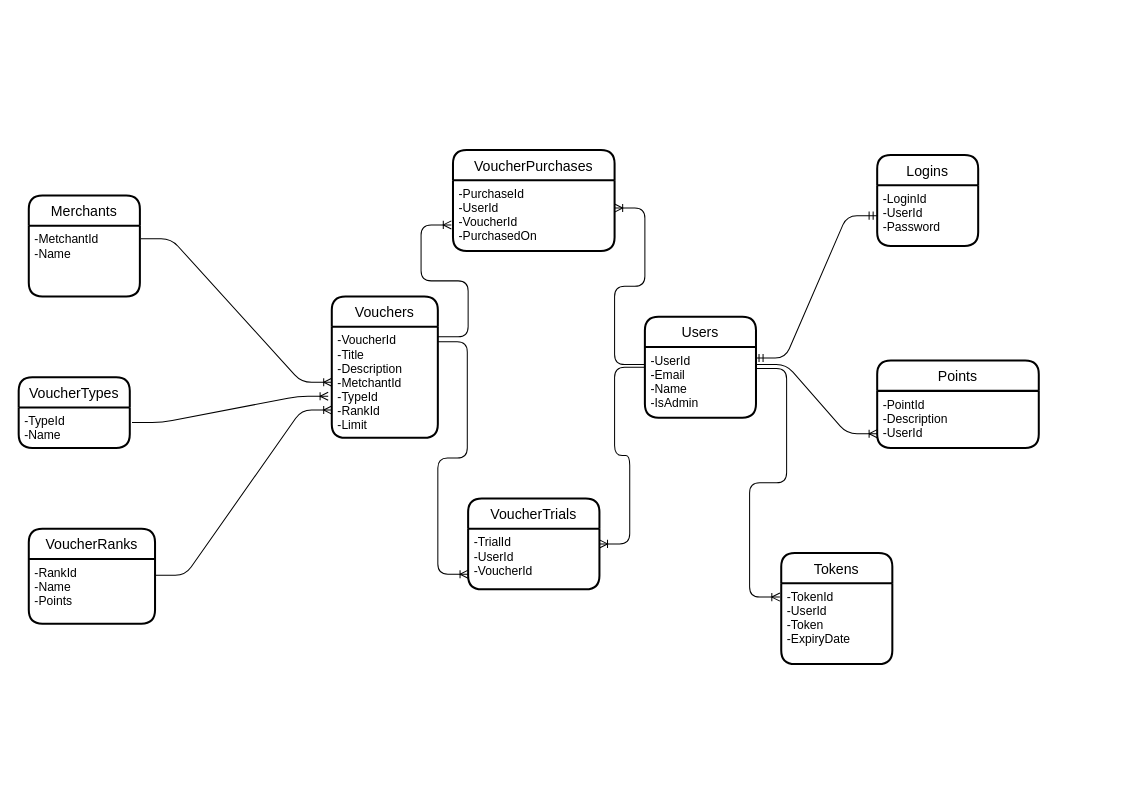
abdlrhmanshehatamoussa/RewardingSystem keeps this draw.io diagram as model-design.drawio. Above is the earlier version. Source tidied: cells renumbered, new cells numbered last; positions are measured from the earlier drawing's top-left corner, leaving out a move shared by most shapes. Both pictures are drawn from the tidied source at 101%, with x=0, y=0 at pixel (18, 149).
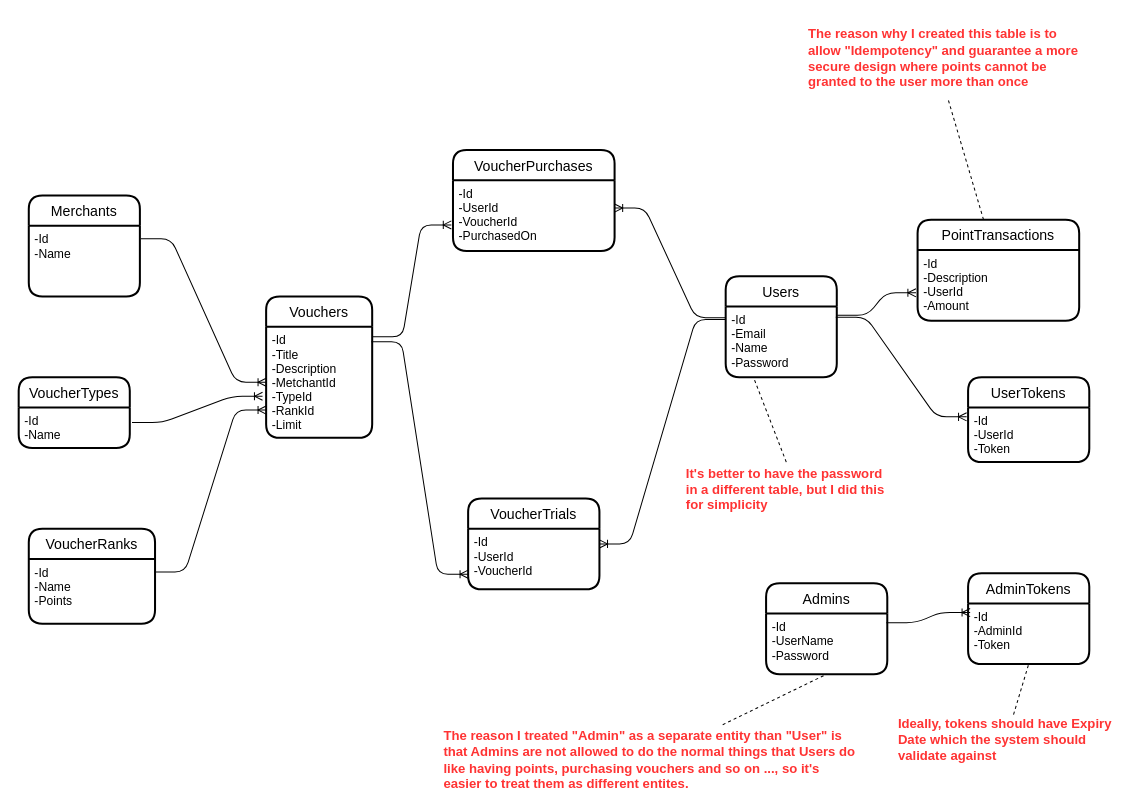
Above is the later version.

Commit message (it also covers changes not shown here):
making docker compose more generic

The change refers to these unchanged cells:
```xml
<mxCell id="7" value="Merchants" style="swimlane;horizontal=1;startSize=30;rounded=1;fontSize=14;fontStyle=0;strokeWidth=2;shadow=0;dashed=0;align=center;" parent="1" vertex="1">
  <mxGeometry x="10" y="45" width="110" height="100" as="geometry" />
</mxCell>
<mxCell id="12" value="VoucherTypes" style="swimlane;horizontal=1;startSize=30;rounded=1;fontSize=14;fontStyle=0;strokeWidth=2;shadow=0;dashed=0;align=center;" parent="1" vertex="1">
  <mxGeometry y="225" width="110" height="70" as="geometry" />
</mxCell>
<mxCell id="15" value="VoucherRanks" style="swimlane;horizontal=1;startSize=30;rounded=1;fontSize=14;fontStyle=0;strokeWidth=2;shadow=0;dashed=0;align=center;" parent="1" vertex="1">
  <mxGeometry x="10" y="375" width="125" height="94" as="geometry" />
</mxCell>
<mxCell id="18" value="VoucherPurchases" style="swimlane;horizontal=1;startSize=30;rounded=1;fontSize=14;fontStyle=0;strokeWidth=2;shadow=0;dashed=0;align=center;" parent="1" vertex="1">
  <mxGeometry x="430" width="160" height="100" as="geometry" />
</mxCell>
<mxCell id="23" value="VoucherTrials" style="swimlane;horizontal=1;startSize=30;rounded=1;fontSize=14;fontStyle=0;strokeWidth=2;shadow=0;dashed=0;align=center;" parent="1" vertex="1">
  <mxGeometry x="445" y="345" width="130" height="90" as="geometry" />
</mxCell>
```

The edit, as a diff of the source:
```diff
@@
     <mxCell id="2" value="Users" style="swimlane;horizontal=1;startSize=30;rounded=1;fontSize=14;fontStyle=0;strokeWidth=2;shadow=0;dashed=0;align=center;" parent="1" vertex="1">
-      <mxGeometry x="620" y="165" width="110" height="100" as="geometry" />
+      <mxGeometry x="700" y="125" width="110" height="100" as="geometry" />
     </mxCell>
-    <mxCell id="3" value="-UserId&#10;-Email&#10;-Name&#10;-IsAdmin&#10;" style="align=left;strokeColor=none;fillColor=none;spacingLeft=4;fontSize=12;verticalAlign=top;" parent="2" vertex="1">
+    <mxCell id="3" value="-Id&#10;-Email&#10;-Name&#10;-Password&#10;" style="align=left;strokeColor=none;fillColor=none;spacingLeft=4;fontSize=12;verticalAlign=top;" parent="2" vertex="1">
       <mxGeometry y="30" width="110" height="70" as="geometry" />
     </mxCell>
-    <mxCell id="4" value="Logins" style="swimlane;horizontal=1;startSize=30;rounded=1;fontSize=14;fontStyle=0;strokeWidth=2;shadow=0;dashed=0;align=center;" parent="1" vertex="1">
-      <mxGeometry x="850" y="5" width="100" height="90" as="geometry" />
-    </mxCell>
-    <mxCell id="5" value="-LoginId&#10;-UserId&#10;-Password&#10;" style="align=left;strokeColor=none;fillColor=none;spacingLeft=4;fontSize=12;verticalAlign=top;" parent="4" vertex="1">
-      <mxGeometry y="30" width="100" height="60" as="geometry" />
-    </mxCell>
-    <mxCell id="6" style="edgeStyle=entityRelationEdgeStyle;fontSize=12;html=1;endArrow=ERmandOne;startArrow=ERmandOne;entryX=0.991;entryY=0.157;entryDx=0;entryDy=0;entryPerimeter=0;exitX=0;exitY=0.5;exitDx=0;exitDy=0;" parent="1" edge="1" source="5" target="3">
-      <mxGeometry relative="1" as="geometry" />
-    </mxCell>
@@
-    <mxCell id="8" value="-MetchantId&#10;-Name&#10;" style="align=left;strokeColor=none;fillColor=none;spacingLeft=4;fontSize=12;verticalAlign=top;" parent="7" vertex="1">
+    <mxCell id="8" value="-Id&#10;-Name&#10;" style="align=left;strokeColor=none;fillColor=none;spacingLeft=4;fontSize=12;verticalAlign=top;" parent="7" vertex="1">
       <mxGeometry y="30" width="110" height="70" as="geometry" />
     </mxCell>
     <mxCell id="9" value="Vouchers" style="swimlane;horizontal=1;startSize=30;rounded=1;fontSize=14;fontStyle=0;strokeWidth=2;shadow=0;dashed=0;align=center;" parent="1" vertex="1">
-      <mxGeometry x="310" y="145" width="105" height="140" as="geometry" />
+      <mxGeometry x="245" y="145" width="105" height="140" as="geometry" />
     </mxCell>
-    <mxCell id="10" value="-VoucherId&#10;-Title&#10;-Description&#10;-MetchantId&#10;-TypeId&#10;-RankId&#10;-Limit" style="align=left;strokeColor=none;fillColor=none;spacingLeft=4;fontSize=12;verticalAlign=top;" parent="9" vertex="1">
+    <mxCell id="10" value="-Id&#10;-Title&#10;-Description&#10;-MetchantId&#10;-TypeId&#10;-RankId&#10;-Limit" style="align=left;strokeColor=none;fillColor=none;spacingLeft=4;fontSize=12;verticalAlign=top;" parent="9" vertex="1">
       <mxGeometry y="30" width="105" height="110" as="geometry" />
     </mxCell>
@@
-    <mxCell id="13" value="-TypeId&#10;-Name" style="align=left;strokeColor=none;fillColor=none;spacingLeft=4;fontSize=12;verticalAlign=top;" parent="12" vertex="1">
+    <mxCell id="13" value="-Id&#10;-Name" style="align=left;strokeColor=none;fillColor=none;spacingLeft=4;fontSize=12;verticalAlign=top;" parent="12" vertex="1">
       <mxGeometry y="30" width="110" height="40" as="geometry" />
     </mxCell>
@@
-    <mxCell id="16" value="-RankId&#10;-Name&#10;-Points" style="align=left;strokeColor=none;fillColor=none;spacingLeft=4;fontSize=12;verticalAlign=top;" parent="15" vertex="1">
+    <mxCell id="16" value="-Id&#10;-Name&#10;-Points" style="align=left;strokeColor=none;fillColor=none;spacingLeft=4;fontSize=12;verticalAlign=top;" parent="15" vertex="1">
       <mxGeometry y="30" width="125" height="64" as="geometry" />
     </mxCell>
-    <mxCell id="17" style="edgeStyle=entityRelationEdgeStyle;fontSize=12;html=1;endArrow=ERoneToMany;exitX=1;exitY=0.25;exitDx=0;exitDy=0;entryX=0;entryY=0.75;entryDx=0;entryDy=0;" parent="1" edge="1" source="16" target="10">
+    <mxCell id="17" style="edgeStyle=entityRelationEdgeStyle;fontSize=12;html=1;endArrow=ERoneToMany;exitX=0.998;exitY=0.2;exitDx=0;exitDy=0;entryX=0;entryY=0.75;entryDx=0;entryDy=0;exitPerimeter=0;" parent="1" edge="1" source="16" target="10">
       <mxGeometry relative="1" as="geometry" />
     </mxCell>
@@
-    <mxCell id="19" value="-PurchaseId&#10;-UserId&#10;-VoucherId&#10;-PurchasedOn&#10;" style="align=left;strokeColor=none;fillColor=none;spacingLeft=4;fontSize=12;verticalAlign=top;" parent="18" vertex="1">
+    <mxCell id="19" value="-Id&#10;-UserId&#10;-VoucherId&#10;-PurchasedOn&#10;" style="align=left;strokeColor=none;fillColor=none;spacingLeft=4;fontSize=12;verticalAlign=top;" parent="18" vertex="1">
       <mxGeometry y="30" width="160" height="70" as="geometry" />
     </mxCell>
-    <mxCell id="20" value="Points" style="swimlane;horizontal=1;startSize=30;rounded=1;fontSize=14;fontStyle=0;strokeWidth=2;shadow=0;dashed=0;align=center;" parent="1" vertex="1">
-      <mxGeometry x="850" y="208.5" width="160" height="86.5" as="geometry" />
+    <mxCell id="20" value="PointTransactions" style="swimlane;horizontal=1;startSize=30;rounded=1;fontSize=14;fontStyle=0;strokeWidth=2;shadow=0;dashed=0;align=center;" parent="1" vertex="1">
+      <mxGeometry x="890" y="69" width="160" height="100" as="geometry" />
     </mxCell>
-    <mxCell id="21" value="-PointId&#10;-Description&#10;-UserId&#10;" style="align=left;strokeColor=none;fillColor=none;spacingLeft=4;fontSize=12;verticalAlign=top;" parent="20" vertex="1">
-      <mxGeometry y="30" width="160" height="56.5" as="geometry" />
+    <mxCell id="21" value="-Id&#10;-Description&#10;-UserId&#10;-Amount&#10;" style="align=left;strokeColor=none;fillColor=none;spacingLeft=4;fontSize=12;verticalAlign=top;" parent="20" vertex="1">
+      <mxGeometry y="30" width="160" height="70" as="geometry" />
     </mxCell>
-    <mxCell id="22" style="edgeStyle=entityRelationEdgeStyle;fontSize=12;html=1;endArrow=ERoneToMany;exitX=1;exitY=0.25;exitDx=0;exitDy=0;entryX=0;entryY=0.75;entryDx=0;entryDy=0;" parent="1" edge="1" source="3" target="21">
+    <mxCell id="22" style="edgeStyle=entityRelationEdgeStyle;fontSize=12;html=1;endArrow=ERoneToMany;exitX=1.004;exitY=0.124;exitDx=0;exitDy=0;exitPerimeter=0;entryX=-0.01;entryY=0.606;entryDx=0;entryDy=0;entryPerimeter=0;" parent="1" edge="1" source="3" target="21">
       <mxGeometry relative="1" as="geometry" />
     </mxCell>
@@
-    <mxCell id="24" value="-TrialId&#10;-UserId&#10;-VoucherId&#10;" style="align=left;strokeColor=none;fillColor=none;spacingLeft=4;fontSize=12;verticalAlign=top;" parent="23" vertex="1">
+    <mxCell id="24" value="-Id&#10;-UserId&#10;-VoucherId&#10;" style="align=left;strokeColor=none;fillColor=none;spacingLeft=4;fontSize=12;verticalAlign=top;" parent="23" vertex="1">
       <mxGeometry y="30" width="130" height="60" as="geometry" />
     </mxCell>
-    <mxCell id="25" style="edgeStyle=entityRelationEdgeStyle;fontSize=12;html=1;endArrow=ERoneToMany;exitX=0;exitY=0.25;exitDx=0;exitDy=0;entryX=1;entryY=0.393;entryDx=0;entryDy=0;entryPerimeter=0;" parent="1" edge="1" source="3" target="19">
+    <mxCell id="25" style="edgeStyle=entityRelationEdgeStyle;fontSize=12;html=1;endArrow=ERoneToMany;exitX=0;exitY=0.158;exitDx=0;exitDy=0;entryX=1;entryY=0.393;entryDx=0;entryDy=0;entryPerimeter=0;exitPerimeter=0;" parent="1" edge="1" source="3" target="19">
       <mxGeometry relative="1" as="geometry" />
     </mxCell>
-    <mxCell id="26" style="edgeStyle=entityRelationEdgeStyle;fontSize=12;html=1;endArrow=ERoneToMany;exitX=0;exitY=0.5;exitDx=0;exitDy=0;entryX=1;entryY=0.25;entryDx=0;entryDy=0;" parent="1" edge="1" source="2" target="24">
+    <mxCell id="26" style="edgeStyle=entityRelationEdgeStyle;fontSize=12;html=1;endArrow=ERoneToMany;exitX=0.003;exitY=0.182;exitDx=0;exitDy=0;entryX=1;entryY=0.25;entryDx=0;entryDy=0;exitPerimeter=0;" parent="1" edge="1" source="3" target="24">
       <mxGeometry relative="1" as="geometry" />
     </mxCell>
@@
-    <mxCell id="29" value="Tokens" style="swimlane;horizontal=1;startSize=30;rounded=1;fontSize=14;fontStyle=0;strokeWidth=2;shadow=0;dashed=0;align=center;" parent="1" vertex="1">
-      <mxGeometry x="755" y="399" width="110" height="110" as="geometry" />
+    <mxCell id="29" value="UserTokens" style="swimlane;horizontal=1;startSize=30;rounded=1;fontSize=14;fontStyle=0;strokeWidth=2;shadow=0;dashed=0;align=center;" parent="1" vertex="1">
+      <mxGeometry x="940" y="225" width="120" height="84" as="geometry" />
     </mxCell>
-    <mxCell id="30" value="-TokenId&#10;-UserId&#10;-Token&#10;-ExpiryDate&#10;" style="align=left;strokeColor=none;fillColor=none;spacingLeft=4;fontSize=12;verticalAlign=top;" parent="29" vertex="1">
-      <mxGeometry y="30" width="110" height="80" as="geometry" />
+    <mxCell id="30" value="-Id&#10;-UserId&#10;-Token&#10;" style="align=left;strokeColor=none;fillColor=none;spacingLeft=4;fontSize=12;verticalAlign=top;" parent="29" vertex="1">
+      <mxGeometry y="30" width="120" height="54" as="geometry" />
     </mxCell>
-    <mxCell id="31" style="edgeStyle=entityRelationEdgeStyle;fontSize=12;html=1;endArrow=ERoneToMany;exitX=1.003;exitY=0.306;exitDx=0;exitDy=0;exitPerimeter=0;entryX=-0.012;entryY=0.171;entryDx=0;entryDy=0;entryPerimeter=0;" parent="1" edge="1" source="3" target="30">
+    <mxCell id="31" style="edgeStyle=entityRelationEdgeStyle;fontSize=12;html=1;endArrow=ERoneToMany;exitX=0.991;exitY=0.152;exitDx=0;exitDy=0;entryX=-0.012;entryY=0.171;entryDx=0;entryDy=0;entryPerimeter=0;exitPerimeter=0;" parent="1" edge="1" source="3" target="30">
       <mxGeometry relative="1" as="geometry" />
     </mxCell>
+    <mxCell id="32" value="&lt;div style=&quot;text-align: left&quot;&gt;&lt;b&gt;&lt;font style=&quot;font-size: 13px&quot; color=&quot;#ff3333&quot;&gt;It's better to have the password in a different table, but I did this for simplicity&lt;/font&gt;&lt;/b&gt;&lt;/div&gt;" style="text;html=1;strokeColor=none;fillColor=none;align=center;verticalAlign=middle;whiteSpace=wrap;rounded=0;" parent="1" vertex="1">
+      <mxGeometry x="660" y="309" width="200" height="54" as="geometry" />
+    </mxCell>
+    <mxCell id="33" style="endArrow=none;dashed=1;html=1;exitX=0.5;exitY=0;exitDx=0;exitDy=0;entryX=0.25;entryY=1;entryDx=0;entryDy=0;" parent="1" edge="1" source="32" target="2">
+      <mxGeometry relative="1" as="geometry" />
+    </mxCell>
+    <mxCell id="34" value="&lt;b&gt;&lt;font style=&quot;font-size: 13px&quot; color=&quot;#ff3333&quot;&gt;The reason why I created this table is to allow &quot;Idempotency&quot; and guarantee a more secure design where points cannot be granted to the user more than once&lt;/font&gt;&lt;/b&gt;" style="text;html=1;strokeColor=none;fillColor=none;align=left;verticalAlign=middle;whiteSpace=wrap;rounded=0;" parent="1" vertex="1">
+      <mxGeometry x="780" y="-131" width="280" height="80" as="geometry" />
+    </mxCell>
+    <mxCell id="35" style="endArrow=none;dashed=1;html=1;entryX=0.5;entryY=1;entryDx=0;entryDy=0;" parent="1" edge="1" source="20" target="34">
+      <mxGeometry relative="1" as="geometry" />
+    </mxCell>
+    <mxCell id="36" value="Admins" style="swimlane;horizontal=1;startSize=30;rounded=1;fontSize=14;fontStyle=0;strokeWidth=2;shadow=0;dashed=0;align=center;" parent="1" vertex="1">
+      <mxGeometry x="740" y="429" width="120" height="90" as="geometry" />
+    </mxCell>
+    <mxCell id="37" value="-Id&#10;-UserName&#10;-Password&#10;" style="align=left;strokeColor=none;fillColor=none;spacingLeft=4;fontSize=12;verticalAlign=top;" parent="36" vertex="1">
+      <mxGeometry y="30" width="120" height="60" as="geometry" />
+    </mxCell>
+    <mxCell id="38" value="AdminTokens" style="swimlane;horizontal=1;startSize=30;rounded=1;fontSize=14;fontStyle=0;strokeWidth=2;shadow=0;dashed=0;align=center;" parent="1" vertex="1">
+      <mxGeometry x="940" y="419" width="120" height="90" as="geometry" />
+    </mxCell>
+    <mxCell id="39" value="-Id&#10;-AdminId&#10;-Token&#10;" style="align=left;strokeColor=none;fillColor=none;spacingLeft=4;fontSize=12;verticalAlign=top;" parent="38" vertex="1">
+      <mxGeometry y="30" width="120" height="60" as="geometry" />
+    </mxCell>
+    <mxCell id="40" style="edgeStyle=entityRelationEdgeStyle;fontSize=12;html=1;endArrow=ERoneToMany;exitX=0.992;exitY=0.15;exitDx=0;exitDy=0;entryX=0.017;entryY=0.15;entryDx=0;entryDy=0;entryPerimeter=0;exitPerimeter=0;" parent="1" edge="1" source="37" target="39">
+      <mxGeometry relative="1" as="geometry" />
+    </mxCell>
+    <mxCell id="41" value="&lt;div style=&quot;text-align: left&quot;&gt;&lt;b&gt;&lt;font style=&quot;font-size: 13px&quot; color=&quot;#ff3333&quot;&gt;The reason I treated &quot;Admin&quot; as a separate entity than &quot;User&quot; is that Admins are not allowed to do the normal things that Users do like having points, purchasing vouchers and so on ..., so it's easier to treat them as different entites.&lt;/font&gt;&lt;/b&gt;&lt;/div&gt;" style="text;html=1;strokeColor=none;fillColor=none;align=center;verticalAlign=middle;whiteSpace=wrap;rounded=0;" parent="1" vertex="1">
+      <mxGeometry x="420" y="569" width="410" height="70" as="geometry" />
+    </mxCell>
+    <mxCell id="42" style="endArrow=none;dashed=1;html=1;entryX=0.5;entryY=1;entryDx=0;entryDy=0;" parent="1" edge="1" source="41" target="37">
+      <mxGeometry relative="1" as="geometry" />
+    </mxCell>
+    <mxCell id="43" value="&lt;div style=&quot;text-align: left&quot;&gt;&lt;b&gt;&lt;font style=&quot;font-size: 13px&quot; color=&quot;#ff3333&quot;&gt;Ideally, tokens should have Expiry Date which the system should validate against&lt;/font&gt;&lt;/b&gt;&lt;/div&gt;" style="text;html=1;strokeColor=none;fillColor=none;align=center;verticalAlign=middle;whiteSpace=wrap;rounded=0;" parent="1" vertex="1">
+      <mxGeometry x="870" y="559" width="230" height="50" as="geometry" />
+    </mxCell>
+    <mxCell id="44" style="endArrow=none;dashed=1;html=1;entryX=0.5;entryY=1;entryDx=0;entryDy=0;exitX=0.5;exitY=0;exitDx=0;exitDy=0;" parent="1" edge="1" source="43" target="39">
+      <mxGeometry relative="1" as="geometry" />
+    </mxCell>
```
